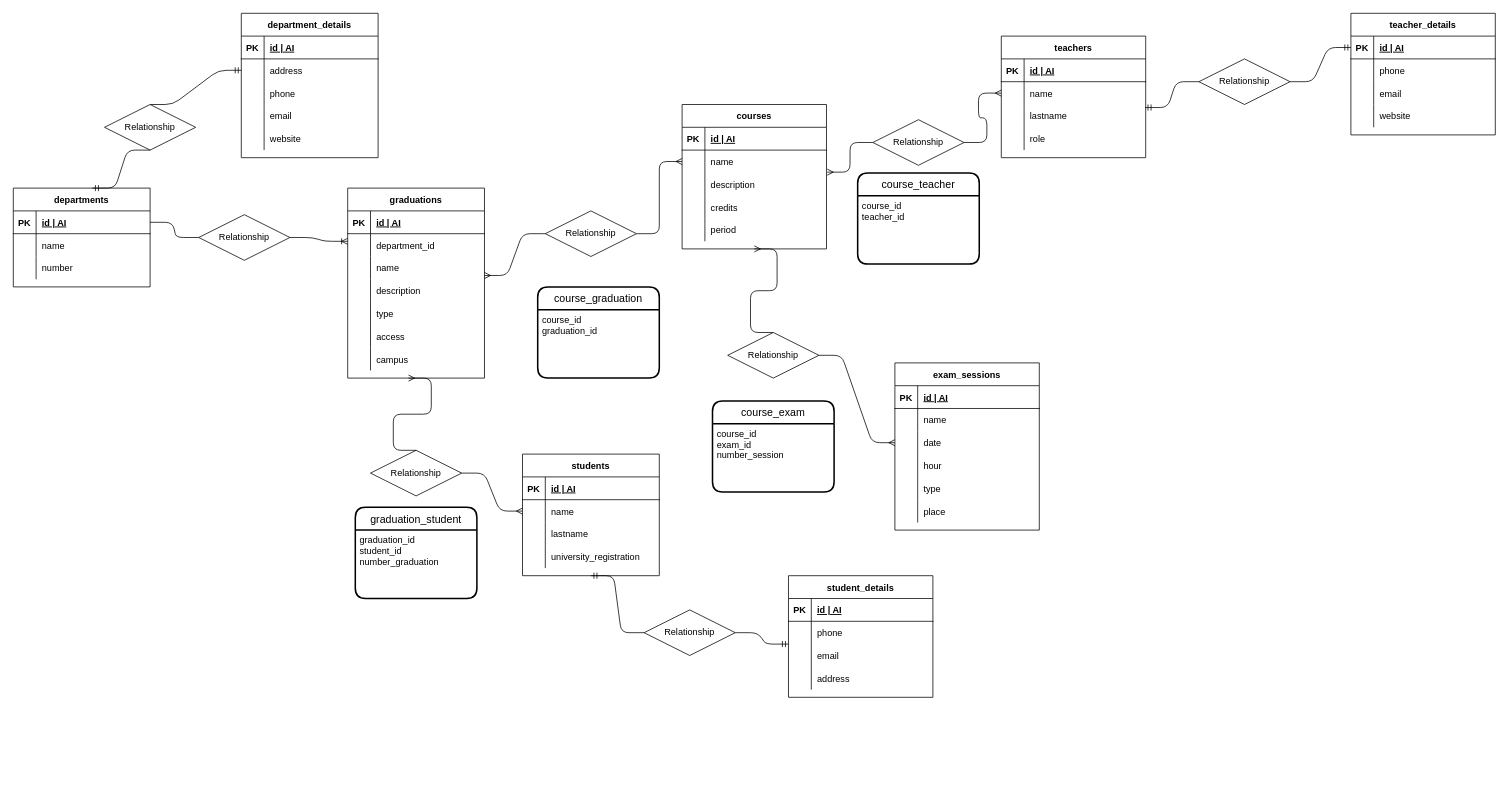
DoinaGanceriuc/db-university keeps this draw.io diagram as db-university.drawio. Above is the earlier version. Source tidied: cells renumbered, new cells numbered last; positions are measured from the earlier drawing's top-left corner, leaving out a move shared by most shapes. Both pictures are drawn from the tidied source at 76%, with x=0, y=0 at pixel (13, 13).
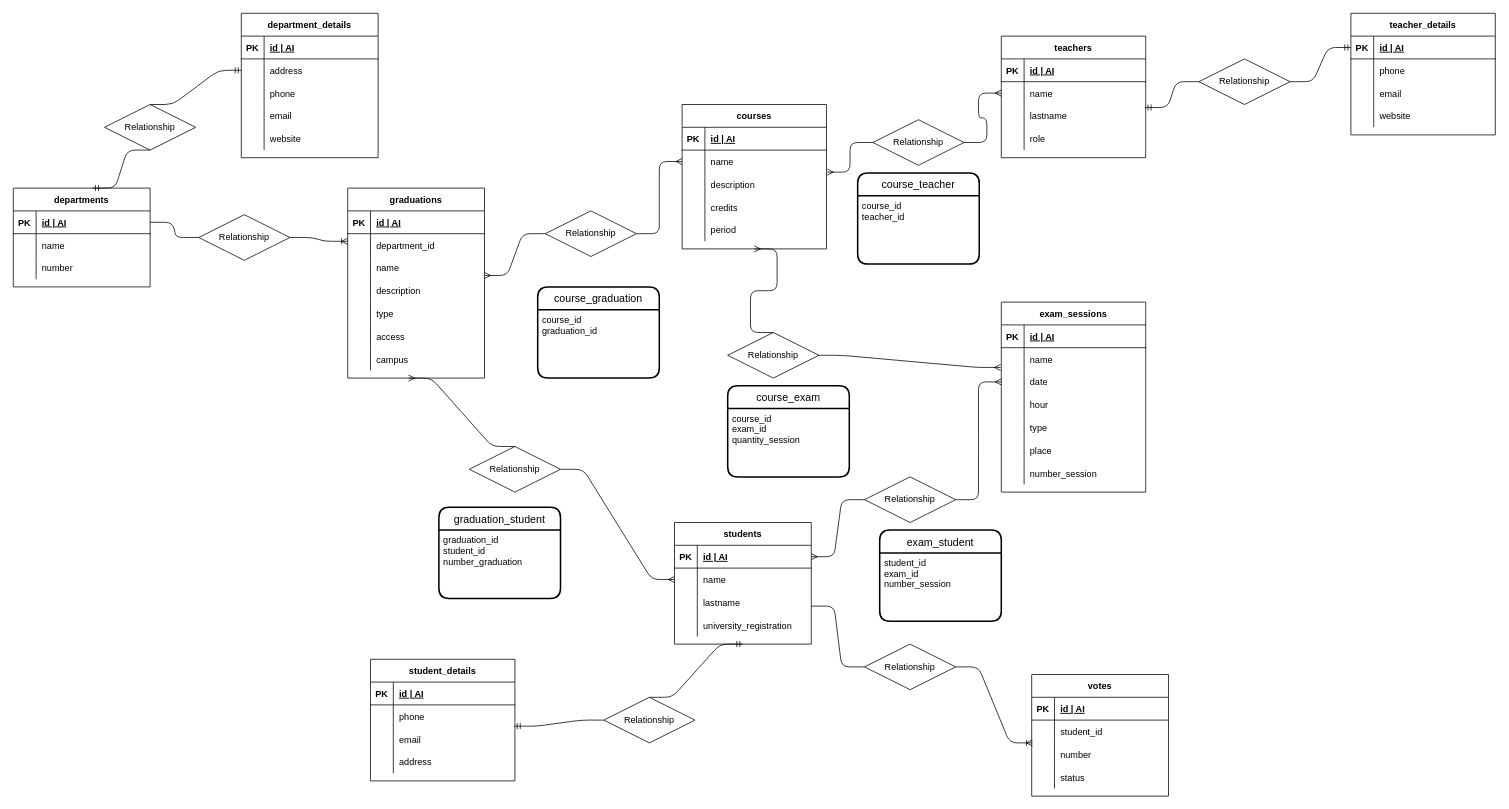
After the change.

Commit message:
add votes table and fix exam_session

Unchanged cells that the change refers to:
```xml
<mxCell id="115" style="shape=partialRectangle;fillColor=none;top=0;left=0;bottom=0;right=0;points=[[0,0.5],[1,0.5]];portConstraint=eastwest;" parent="111" vertex="1">
  <mxGeometry y="60" width="190" height="30" as="geometry" />
</mxCell>
<mxCell id="118" style="shape=partialRectangle;fillColor=none;top=0;left=0;bottom=0;right=0;points=[[0,0.5],[1,0.5]];portConstraint=eastwest;" parent="111" vertex="1">
  <mxGeometry y="90" width="190" height="30" as="geometry" />
</mxCell>
<mxCell id="131" value="Relationship" style="shape=rhombus;perimeter=rhombusPerimeter;whiteSpace=wrap;html=1;align=center;" parent="1" vertex="1">
  <mxGeometry x="940" y="420" width="120" height="60" as="geometry" />
</mxCell>
<mxCell id="136" style="shape=partialRectangle;fillColor=none;top=0;left=0;bottom=1;right=0;points=[[0,0.5],[1,0.5]];portConstraint=eastwest;" parent="135" vertex="1">
  <mxGeometry y="30" width="180" height="30" as="geometry" />
</mxCell>
<mxCell id="152" value="graduation_id&#10;student_id&#10;number_graduation" style="align=left;strokeColor=none;fillColor=none;spacingLeft=4;fontSize=12;verticalAlign=top;" parent="151" vertex="1">
  <mxGeometry y="30" width="160" height="90" as="geometry" />
</mxCell>
<mxCell id="157" style="shape=partialRectangle;fillColor=none;top=0;left=0;bottom=0;right=0;points=[[0,0.5],[1,0.5]];portConstraint=eastwest;" parent="153" vertex="1">
  <mxGeometry y="60" width="190" height="30" as="geometry" />
</mxCell>
<mxCell id="160" style="shape=partialRectangle;fillColor=none;top=0;left=0;bottom=0;right=0;points=[[0,0.5],[1,0.5]];portConstraint=eastwest;" parent="153" vertex="1">
  <mxGeometry y="90" width="190" height="30" as="geometry" />
</mxCell>
```

Change to the diagram source:
```diff
@@
     <mxCell id="111" value="exam_sessions" style="shape=table;startSize=30;childLayout=tableLayout;rowLines=0;fontStyle=1;align=center;" parent="1" vertex="1">
-      <mxGeometry x="1160" y="460" width="190" height="220" as="geometry" />
+      <mxGeometry x="1300" y="380" width="190" height="250" as="geometry" />
     </mxCell>
@@
+    <mxCell id="169" style="shape=partialRectangle;fillColor=none;top=0;left=0;bottom=0;right=0;" parent="111" vertex="1">
+      <mxGeometry y="210" width="190" height="30" as="geometry" />
+    </mxCell>
+    <mxCell id="170" style="shape=partialRectangle;fillColor=none;top=0;left=0;bottom=0;right=0;overflow=hidden;" parent="169" vertex="1">
+      <mxGeometry width="30" height="30" as="geometry" />
+    </mxCell>
+    <mxCell id="171" value="number_session" style="shape=partialRectangle;fillColor=none;top=0;left=0;bottom=0;right=0;align=left;spacingLeft=6;overflow=hidden;" parent="169" vertex="1">
+      <mxGeometry x="30" width="160" height="30" as="geometry" />
+    </mxCell>
@@
-    <mxCell id="132" style="edgeStyle=entityRelationEdgeStyle;fontSize=12;html=1;endArrow=none;startArrow=ERmany;exitX=0;exitY=0.5;exitDx=0;exitDy=0;" parent="1" edge="1" source="118" target="131">
+    <mxCell id="132" style="edgeStyle=entityRelationEdgeStyle;fontSize=12;html=1;endArrow=none;startArrow=ERmany;exitX=-0.005;exitY=0.867;exitDx=0;exitDy=0;exitPerimeter=0;" parent="1" edge="1" source="115" target="131">
       <mxGeometry relative="1" as="geometry" />
     </mxCell>
     <mxCell id="133" value="course_exam" style="swimlane;horizontal=1;startSize=30;rounded=1;fontSize=14;fontStyle=0;strokeWidth=2;shadow=0;dashed=0;align=center;" parent="1" vertex="1">
-      <mxGeometry x="920" y="510" width="160" height="120" as="geometry" />
+      <mxGeometry x="940" y="490" width="160" height="120" as="geometry" />
     </mxCell>
-    <mxCell id="134" value="course_id&#10;exam_id&#10;number_session" style="align=left;strokeColor=none;fillColor=none;spacingLeft=4;fontSize=12;verticalAlign=top;" parent="133" vertex="1">
+    <mxCell id="134" value="course_id&#10;exam_id&#10;quantity_session" style="align=left;strokeColor=none;fillColor=none;spacingLeft=4;fontSize=12;verticalAlign=top;" parent="133" vertex="1">
       <mxGeometry y="30" width="160" height="90" as="geometry" />
     </mxCell>
     <mxCell id="135" value="students" style="shape=table;startSize=30;childLayout=tableLayout;rowLines=0;fontStyle=1;align=center;" parent="1" vertex="1">
-      <mxGeometry x="670" y="580" width="180" height="160" as="geometry" />
+      <mxGeometry x="870" y="670" width="180" height="160" as="geometry" />
     </mxCell>
@@
     <mxCell id="149" value="Relationship" style="shape=rhombus;perimeter=rhombusPerimeter;whiteSpace=wrap;html=1;align=center;" parent="1" vertex="1">
-      <mxGeometry x="470" y="575" width="120" height="60" as="geometry" />
+      <mxGeometry x="600" y="570" width="120" height="60" as="geometry" />
     </mxCell>
@@
     <mxCell id="151" value="graduation_student" style="swimlane;horizontal=1;startSize=30;rounded=1;fontSize=14;fontStyle=0;strokeWidth=2;shadow=0;dashed=0;align=center;" parent="1" vertex="1">
-      <mxGeometry x="450" y="650" width="160" height="120" as="geometry" />
+      <mxGeometry x="560" y="650" width="160" height="120" as="geometry" />
     </mxCell>
+    <mxCell id="172" style="edgeStyle=none;html=1;" parent="151" edge="1" source="152" target="151">
+      <mxGeometry relative="1" as="geometry" />
+    </mxCell>
@@
     <mxCell id="153" value="student_details" style="shape=table;startSize=30;childLayout=tableLayout;rowLines=0;fontStyle=1;align=center;" parent="1" vertex="1">
-      <mxGeometry x="1020" y="740" width="190" height="160" as="geometry" />
+      <mxGeometry x="470" y="850" width="190" height="160" as="geometry" />
     </mxCell>
@@
-    <mxCell id="166" style="edgeStyle=entityRelationEdgeStyle;fontSize=12;html=1;endArrow=ERmandOne;startArrow=none;entryX=0;entryY=1;entryDx=0;entryDy=0;entryPerimeter=0;exitX=1;exitY=0.5;exitDx=0;exitDy=0;" parent="1" edge="1" source="167" target="157">
+    <mxCell id="166" style="edgeStyle=entityRelationEdgeStyle;fontSize=12;html=1;endArrow=ERmandOne;startArrow=none;entryX=0.995;entryY=-0.067;entryDx=0;entryDy=0;entryPerimeter=0;exitX=0;exitY=0.5;exitDx=0;exitDy=0;" parent="1" edge="1" source="167" target="160">
       <mxGeometry relative="1" as="geometry" />
     </mxCell>
     <mxCell id="167" value="Relationship" style="shape=rhombus;perimeter=rhombusPerimeter;whiteSpace=wrap;html=1;align=center;" parent="1" vertex="1">
-      <mxGeometry x="830" y="785" width="120" height="60" as="geometry" />
+      <mxGeometry x="777" y="900" width="120" height="60" as="geometry" />
     </mxCell>
-    <mxCell id="168" style="edgeStyle=entityRelationEdgeStyle;fontSize=12;html=1;endArrow=none;startArrow=ERmandOne;entryX=0;entryY=0.5;entryDx=0;entryDy=0;exitX=0.5;exitY=1;exitDx=0;exitDy=0;" parent="1" edge="1" source="135" target="167">
+    <mxCell id="168" style="edgeStyle=entityRelationEdgeStyle;fontSize=12;html=1;endArrow=none;startArrow=ERmandOne;entryX=0.5;entryY=0;entryDx=0;entryDy=0;exitX=0.5;exitY=1;exitDx=0;exitDy=0;" parent="1" edge="1" source="135" target="167">
       <mxGeometry relative="1" as="geometry" />
     </mxCell>
+    <mxCell id="173" value="votes" style="shape=table;startSize=30;childLayout=tableLayout;rowLines=0;fontStyle=1;align=center;" parent="1" vertex="1">
+      <mxGeometry x="1340" y="870" width="180" height="160" as="geometry" />
+    </mxCell>
+    <mxCell id="174" style="shape=partialRectangle;fillColor=none;top=0;left=0;bottom=1;right=0;" parent="173" vertex="1">
+      <mxGeometry y="30" width="180" height="30" as="geometry" />
+    </mxCell>
+    <mxCell id="175" value="PK" style="shape=partialRectangle;fillColor=none;top=0;left=0;bottom=0;right=0;fontStyle=1;overflow=hidden;" parent="174" vertex="1">
+      <mxGeometry width="30" height="30" as="geometry" />
+    </mxCell>
+    <mxCell id="176" value="id | AI" style="shape=partialRectangle;fillColor=none;top=0;left=0;bottom=0;right=0;align=left;spacingLeft=6;fontStyle=5;overflow=hidden;" parent="174" vertex="1">
+      <mxGeometry x="30" width="150" height="30" as="geometry" />
+    </mxCell>
+    <mxCell id="177" style="shape=partialRectangle;fillColor=none;top=0;left=0;bottom=0;right=0;" parent="173" vertex="1">
+      <mxGeometry y="60" width="180" height="30" as="geometry" />
+    </mxCell>
+    <mxCell id="178" style="shape=partialRectangle;fillColor=none;top=0;left=0;bottom=0;right=0;overflow=hidden;" parent="177" vertex="1">
+      <mxGeometry width="30" height="30" as="geometry" />
+    </mxCell>
+    <mxCell id="179" value="student_id" style="shape=partialRectangle;fillColor=none;top=0;left=0;bottom=0;right=0;align=left;spacingLeft=6;overflow=hidden;" parent="177" vertex="1">
+      <mxGeometry x="30" width="150" height="30" as="geometry" />
+    </mxCell>
+    <mxCell id="180" style="shape=partialRectangle;fillColor=none;top=0;left=0;bottom=0;right=0;points=[[0,0.5],[1,0.5]];portConstraint=eastwest;" parent="173" vertex="1">
+      <mxGeometry y="90" width="180" height="30" as="geometry" />
+    </mxCell>
+    <mxCell id="181" style="shape=partialRectangle;fillColor=none;top=0;left=0;bottom=0;right=0;overflow=hidden;" parent="180" vertex="1">
+      <mxGeometry width="30" height="30" as="geometry" />
+    </mxCell>
+    <mxCell id="182" value="number" style="shape=partialRectangle;fillColor=none;top=0;left=0;bottom=0;right=0;align=left;spacingLeft=6;overflow=hidden;" parent="180" vertex="1">
+      <mxGeometry x="30" width="150" height="30" as="geometry" />
+    </mxCell>
+    <mxCell id="183" style="shape=partialRectangle;fillColor=none;top=0;left=0;bottom=0;right=0;" parent="173" vertex="1">
+      <mxGeometry y="120" width="180" height="30" as="geometry" />
+    </mxCell>
+    <mxCell id="184" style="shape=partialRectangle;fillColor=none;top=0;left=0;bottom=0;right=0;overflow=hidden;" parent="183" vertex="1">
+      <mxGeometry width="30" height="30" as="geometry" />
+    </mxCell>
+    <mxCell id="185" value="status" style="shape=partialRectangle;fillColor=none;top=0;left=0;bottom=0;right=0;align=left;spacingLeft=6;overflow=hidden;" parent="183" vertex="1">
+      <mxGeometry x="30" width="150" height="30" as="geometry" />
+    </mxCell>
+    <mxCell id="186" style="edgeStyle=entityRelationEdgeStyle;fontSize=12;html=1;endArrow=ERoneToMany;startArrow=none;entryX=0.006;entryY=0;entryDx=0;entryDy=0;entryPerimeter=0;" parent="1" edge="1" source="187" target="180">
+      <mxGeometry relative="1" as="geometry" />
+    </mxCell>
+    <mxCell id="187" value="Relationship" style="shape=rhombus;perimeter=rhombusPerimeter;whiteSpace=wrap;html=1;align=center;" parent="1" vertex="1">
+      <mxGeometry x="1120" y="830" width="120" height="60" as="geometry" />
+    </mxCell>
+    <mxCell id="188" style="edgeStyle=entityRelationEdgeStyle;fontSize=12;html=1;endArrow=none;entryX=0;entryY=0.5;entryDx=0;entryDy=0;" parent="1" edge="1" target="187">
+      <mxGeometry relative="1" as="geometry">
+        <mxPoint x="1050" y="780" as="sourcePoint" />
+      </mxGeometry>
+    </mxCell>
+    <mxCell id="189" style="edgeStyle=entityRelationEdgeStyle;fontSize=12;html=1;endArrow=ERmany;startArrow=none;exitX=1;exitY=0.5;exitDx=0;exitDy=0;entryX=0;entryY=0.5;entryDx=0;entryDy=0;" parent="1" edge="1" source="190" target="118">
+      <mxGeometry relative="1" as="geometry" />
+    </mxCell>
+    <mxCell id="190" value="Relationship" style="shape=rhombus;perimeter=rhombusPerimeter;whiteSpace=wrap;html=1;align=center;" parent="1" vertex="1">
+      <mxGeometry x="1120" y="610" width="120" height="60" as="geometry" />
+    </mxCell>
+    <mxCell id="191" style="edgeStyle=entityRelationEdgeStyle;fontSize=12;html=1;endArrow=none;startArrow=ERmany;exitX=1;exitY=0.5;exitDx=0;exitDy=0;" parent="1" edge="1" source="136" target="190">
+      <mxGeometry relative="1" as="geometry" />
+    </mxCell>
+    <mxCell id="192" value="exam_student" style="swimlane;horizontal=1;startSize=30;rounded=1;fontSize=14;fontStyle=0;strokeWidth=2;shadow=0;dashed=0;align=center;" parent="1" vertex="1">
+      <mxGeometry x="1140" y="680" width="160" height="120" as="geometry" />
+    </mxCell>
+    <mxCell id="193" value="student_id&#10;exam_id&#10;number_session" style="align=left;strokeColor=none;fillColor=none;spacingLeft=4;fontSize=12;verticalAlign=top;" parent="192" vertex="1">
+      <mxGeometry y="30" width="160" height="90" as="geometry" />
+    </mxCell>
```
